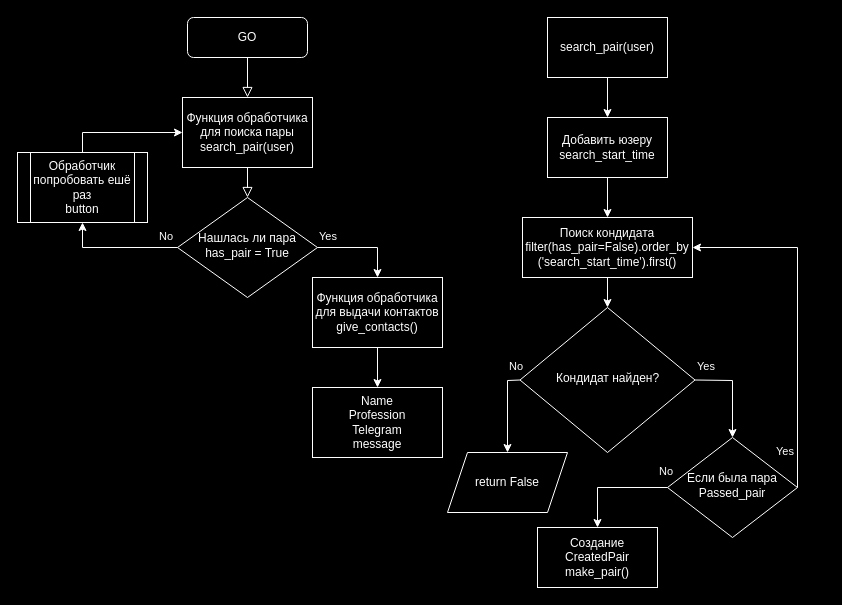
Before: docs/flowchart_search_pair.drawio in Studio-Yandex-Practicum/RandomCoffeeBotTelegram, a draw.io diagram. Source tidied: cells renumbered, new cells numbered last; positions are measured from the earlier drawing's top-left corner, leaving out a move shared by most shapes. Both pictures are drawn from the tidied source at 100%, with x=0, y=0 at pixel (17, 17).
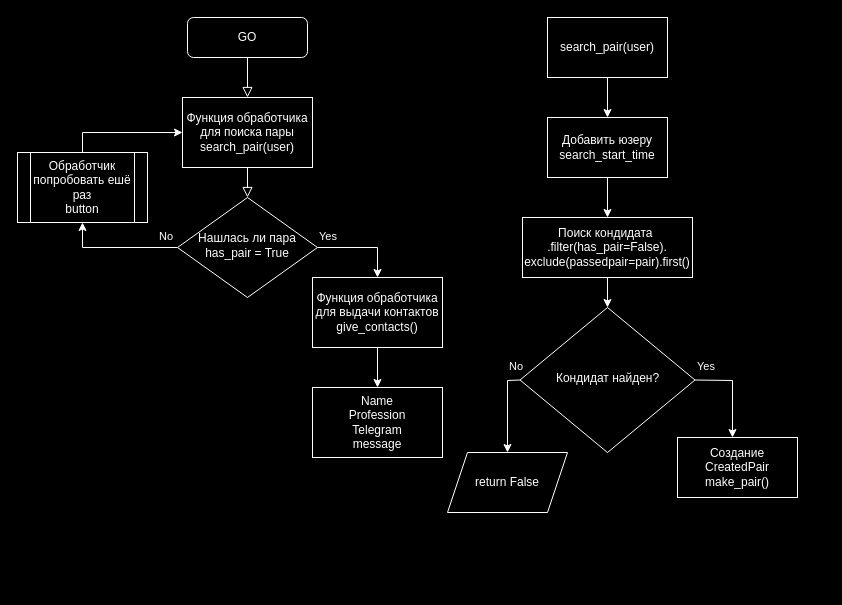
The same diagram, later.

Commit message (it also covers changes not shown here):
changed search_pair flowchart

Unchanged cells that the change refers to:
```xml
<mxCell id="19" value="Кондидат найден?" style="rhombus;whiteSpace=wrap;html=1;shadow=0;fontFamily=Helvetica;fontSize=12;align=center;strokeWidth=1;spacing=6;spacingTop=-4;fillColor=#000000;strokeColor=#FFFFFF;fontColor=#FFFFFF;" parent="1" vertex="1">
  <mxGeometry x="502.5" y="290" width="175" height="145" as="geometry" />
</mxCell>
```

Diff of the diagram source:
```diff
@@
-    <mxCell id="20" style="endArrow=classic;html=1;rounded=0;exitX=1;exitY=0.5;exitDx=0;exitDy=0;entryX=0.5;entryY=0;entryDx=0;entryDy=0;fillColor=#b0e3e6;strokeColor=#FFFFFF;fontColor=#FFFFFF;" parent="1" edge="1" source="19" target="23">
+    <mxCell id="20" style="endArrow=classic;html=1;rounded=0;exitX=1;exitY=0.5;exitDx=0;exitDy=0;entryX=0.5;entryY=0;entryDx=0;entryDy=0;fillColor=#b0e3e6;strokeColor=#FFFFFF;fontColor=#FFFFFF;" parent="1" edge="1" source="19">
       <mxGeometry relative="1" as="geometry">
+        <mxPoint x="715" y="420" as="targetPoint" />
         <Array as="points">
           <mxPoint x="715" y="363" />
         </Array>
       </mxGeometry>
     </mxCell>
@@
-    <mxCell id="23" value="Если была пара Passed_pair" style="rhombus;whiteSpace=wrap;html=1;shadow=0;fontFamily=Helvetica;fontSize=12;align=center;strokeWidth=1;spacing=6;spacingTop=-4;fontColor=#FFFFFF;fillColor=#000000;strokeColor=#FFFFFF;" parent="1" vertex="1">
-      <mxGeometry x="650" y="420" width="130" height="100" as="geometry" />
-    </mxCell>
-    <mxCell id="24" style="endArrow=classic;html=1;rounded=0;exitX=0;exitY=0.5;exitDx=0;exitDy=0;fillColor=#b0e3e6;strokeColor=#FFFFFF;fontColor=#FFFFFF;" parent="1" edge="1" source="23">
-      <mxGeometry relative="1" as="geometry">
-        <mxPoint x="580" y="510" as="targetPoint" />
-        <Array as="points">
-          <mxPoint x="580" y="470" />
-        </Array>
-      </mxGeometry>
-    </mxCell>
-    <mxCell id="25" value="&lt;span style=&quot;font-family: Helvetica; font-size: 11px; font-style: normal; font-variant-ligatures: normal; font-variant-caps: normal; font-weight: 400; letter-spacing: normal; orphans: 2; text-align: center; text-indent: 0px; text-transform: none; widows: 2; word-spacing: 0px; -webkit-text-stroke-width: 0px; text-decoration-thickness: initial; text-decoration-style: initial; text-decoration-color: initial; float: none; display: inline !important;&quot;&gt;No&lt;/span&gt;" style="text;whiteSpace=wrap;html=1;fillColor=none;gradientColor=default;strokeColor=none;labelBackgroundColor=none;fontColor=#FFFFFF;" parent="1" vertex="1">
-      <mxGeometry x="640" y="440" width="50" height="40" as="geometry" />
-    </mxCell>
     <mxCell id="26" value="Создание CreatedPair&lt;br&gt;make_pair()" style="rounded=0;whiteSpace=wrap;html=1;fillColor=#000000;strokeColor=#FFFFFF;fontColor=#FFFFFF;" parent="1" vertex="1">
-      <mxGeometry x="520" y="510" width="120" height="60" as="geometry" />
+      <mxGeometry x="660" y="420" width="120" height="60" as="geometry" />
     </mxCell>
@@
-    <mxCell id="30" value="&lt;span style=&quot;font-family: Helvetica; font-size: 11px; font-style: normal; font-variant-ligatures: normal; font-variant-caps: normal; font-weight: 400; letter-spacing: normal; orphans: 2; text-align: center; text-indent: 0px; text-transform: none; widows: 2; word-spacing: 0px; -webkit-text-stroke-width: 0px; text-decoration-thickness: initial; text-decoration-style: initial; text-decoration-color: initial; float: none; display: inline !important;&quot;&gt;Yes&lt;/span&gt;" style="text;whiteSpace=wrap;html=1;labelBackgroundColor=none;fontColor=#FFFFFF;" parent="1" vertex="1">
-      <mxGeometry x="757" y="420" width="50" height="40" as="geometry" />
-    </mxCell>
-    <mxCell id="31" style="endArrow=classic;html=1;rounded=0;exitX=1;exitY=0.5;exitDx=0;exitDy=0;entryX=1;entryY=0.5;entryDx=0;entryDy=0;strokeColor=#FFFFFF;" parent="1" edge="1" source="23" target="32">
-      <mxGeometry relative="1" as="geometry">
-        <Array as="points">
-          <mxPoint x="780" y="230" />
-        </Array>
-      </mxGeometry>
-    </mxCell>
-    <mxCell id="32" value="Поиск кондидата filter(has_pair=False).order_by&lt;br style=&quot;border-color: var(--border-color);&quot;&gt;('search_start_time').first()" style="rounded=0;whiteSpace=wrap;html=1;fillColor=#000000;strokeColor=#FFFFFF;fontColor=#FFFFFF;" parent="1" vertex="1">
+    <mxCell id="32" value="Поиск кондидата&amp;nbsp;&lt;br&gt;.filter(has_pair=False).&lt;br&gt;exclude(passedpair=pair).first()" style="rounded=0;whiteSpace=wrap;html=1;fillColor=#000000;strokeColor=#FFFFFF;fontColor=#FFFFFF;" parent="1" vertex="1">
       <mxGeometry x="505" y="200" width="170" height="60" as="geometry" />
     </mxCell>
```
